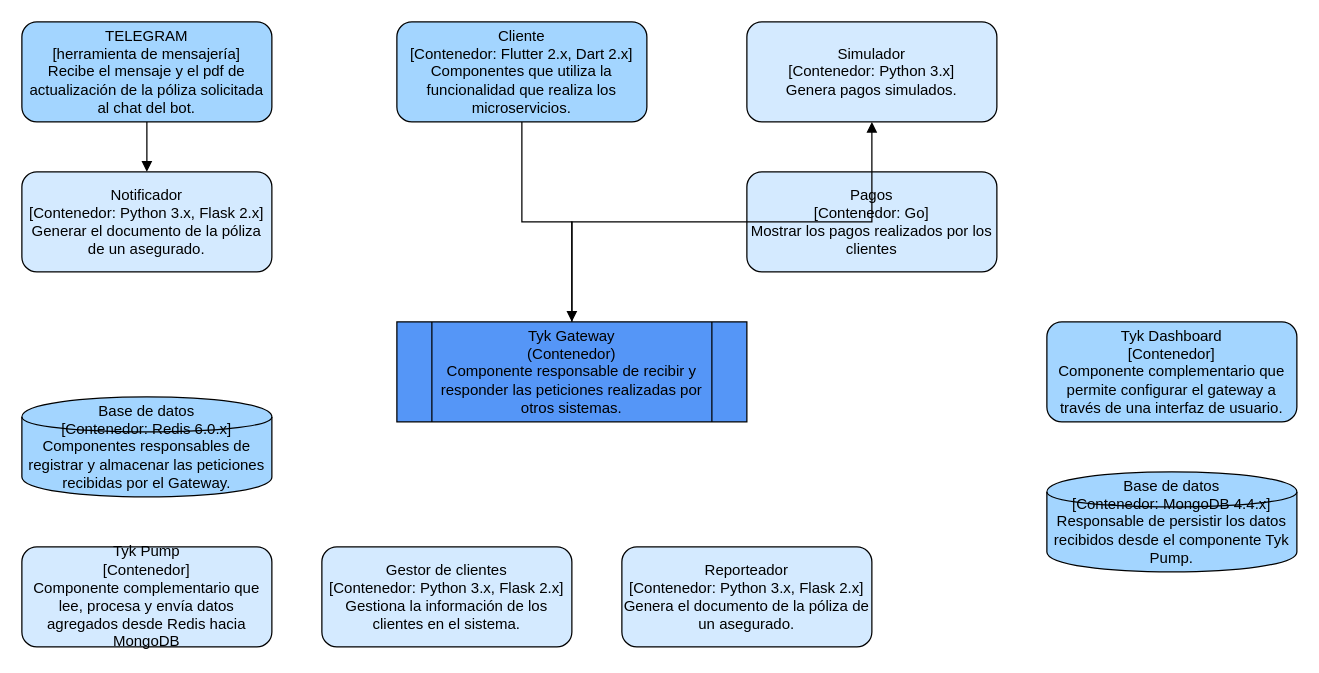
Above: docs/diagrama_microservicios.drawio in AngelJanvier01/docker-microservicios (draw.io), before the change. Source tidied: cells renumbered, new cells numbered last; positions are measured from the earlier drawing's top-left corner, leaving out a move shared by most shapes. Both pictures are drawn from the tidied source at 125%, with x=0, y=0 at pixel (21, 21).
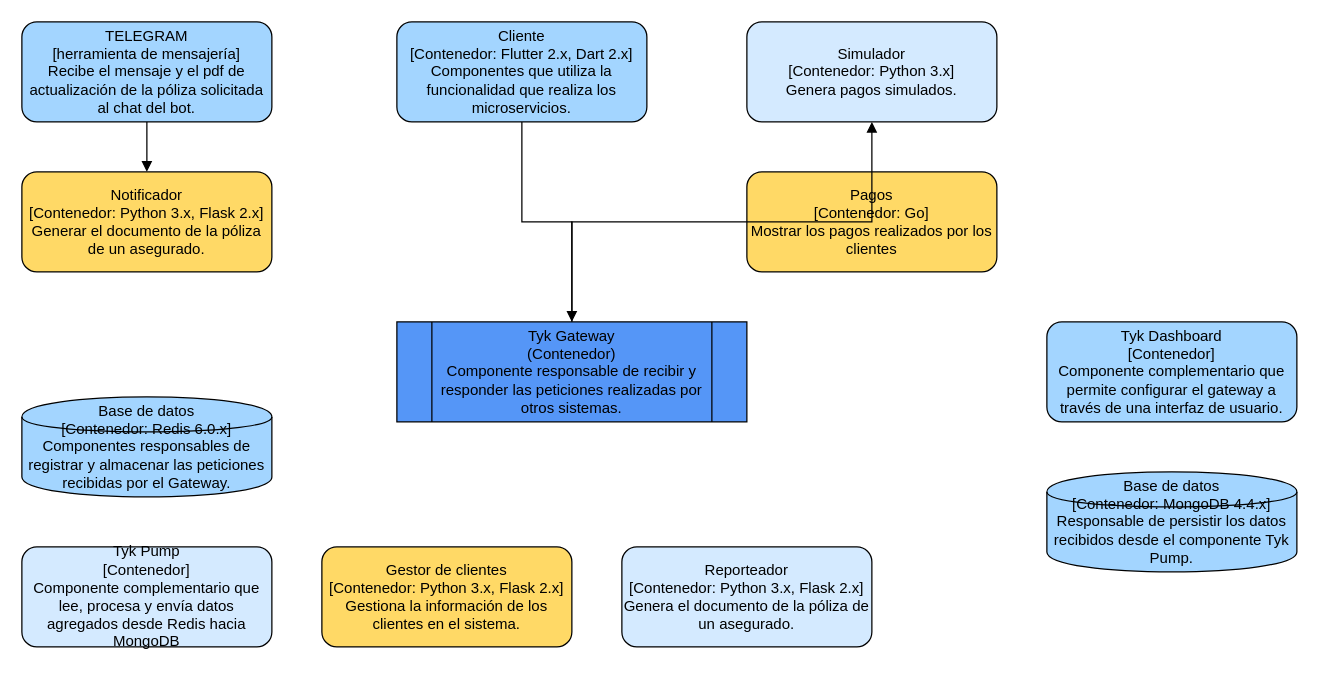
Above is the later version.

Change to the diagram source:
```diff
@@
 <mxGraphModel>
   <root>
     <mxCell id="0" />
     <mxCell id="1" parent="0" />
     <mxCell id="2" value="Tyk Gateway&#10;(Contenedor)&#10;Componente responsable de recibir y responder las peticiones realizadas por otros sistemas." style="shape=process;whiteSpace=wrap;html=1;fillColor=#5596f7;fontSize=12;" parent="1" vertex="1">
       <mxGeometry x="300" y="240" width="280" height="80" as="geometry" />
     </mxCell>
     <mxCell id="3" value="Cliente&#10;[Contenedor: Flutter 2.x, Dart 2.x]&#10;Componentes que utiliza la funcionalidad que realiza los microservicios." style="shape=rectangle;whiteSpace=wrap;html=1;rounded=1;fillColor=#a3d5ff;fontSize=12;" parent="1" vertex="1">
       <mxGeometry x="300" width="200" height="80" as="geometry" />
     </mxCell>
     <mxCell id="4" value="TELEGRAM&#10;[herramienta de mensajería]&#10;Recibe el mensaje y el pdf de actualización de la póliza solicitada al chat del bot." style="shape=rectangle;whiteSpace=wrap;html=1;rounded=1;fillColor=#a3d5ff;fontSize=12;" parent="1" vertex="1">
       <mxGeometry width="200" height="80" as="geometry" />
     </mxCell>
     <mxCell id="5" value="Simulador&#10;[Contenedor: Python 3.x]&#10;Genera pagos simulados." style="shape=rectangle;whiteSpace=wrap;html=1;rounded=1;fillColor=#d4eaff;fontSize=12;" parent="1" vertex="1">
       <mxGeometry x="580" width="200" height="80" as="geometry" />
     </mxCell>
-    <mxCell id="6" value="Notificador&#10;[Contenedor: Python 3.x, Flask 2.x]&#10;Generar el documento de la póliza de un asegurado." style="shape=rectangle;whiteSpace=wrap;html=1;rounded=1;fillColor=#d4eaff;fontSize=12;" parent="1" vertex="1">
+    <mxCell id="6" value="Notificador&#10;[Contenedor: Python 3.x, Flask 2.x]&#10;Generar el documento de la póliza de un asegurado." style="shape=rectangle;whiteSpace=wrap;html=1;rounded=1;fillColor=#ffd966;fontSize=12;" parent="1" vertex="1">
       <mxGeometry y="120" width="200" height="80" as="geometry" />
     </mxCell>
-    <mxCell id="7" value="Pagos&#10;[Contenedor: Go]&#10;Mostrar los pagos realizados por los clientes" style="shape=rectangle;whiteSpace=wrap;html=1;rounded=1;fillColor=#d4eaff;fontSize=12;" parent="1" vertex="1">
+    <mxCell id="7" value="Pagos&#10;[Contenedor: Go]&#10;Mostrar los pagos realizados por los clientes" style="shape=rectangle;whiteSpace=wrap;html=1;rounded=1;fillColor=#ffd966;fontSize=12;" parent="1" vertex="1">
       <mxGeometry x="580" y="120" width="200" height="80" as="geometry" />
     </mxCell>
     <mxCell id="8" value="Base de datos&#10;[Contenedor: Redis 6.0.x]&#10;Componentes responsables de registrar y almacenar las peticiones recibidas por el Gateway." style="shape=cylinder;whiteSpace=wrap;html=1;fillColor=#a3d5ff;fontSize=12;" parent="1" vertex="1">
       <mxGeometry y="300" width="200" height="80" as="geometry" />
     </mxCell>
     <mxCell id="9" value="Tyk Pump&#10;[Contenedor]&#10;Componente complementario que lee, procesa y envía datos agregados desde Redis hacia MongoDB" style="shape=rectangle;whiteSpace=wrap;html=1;rounded=1;fillColor=#d4eaff;fontSize=12;" parent="1" vertex="1">
       <mxGeometry y="420" width="200" height="80" as="geometry" />
     </mxCell>
-    <mxCell id="10" value="Gestor de clientes&#10;[Contenedor: Python 3.x, Flask 2.x]&#10;Gestiona la información de los clientes en el sistema." style="shape=rectangle;whiteSpace=wrap;html=1;rounded=1;fillColor=#d4eaff;fontSize=12;" parent="1" vertex="1">
+    <mxCell id="10" value="Gestor de clientes&#10;[Contenedor: Python 3.x, Flask 2.x]&#10;Gestiona la información de los clientes en el sistema." style="shape=rectangle;whiteSpace=wrap;html=1;rounded=1;fillColor=#ffd966;fontSize=12;" parent="1" vertex="1">
       <mxGeometry x="240" y="420" width="200" height="80" as="geometry" />
     </mxCell>
     <mxCell id="11" value="Reporteador&#10;[Contenedor: Python 3.x, Flask 2.x]&#10;Genera el documento de la póliza de un asegurado." style="shape=rectangle;whiteSpace=wrap;html=1;rounded=1;fillColor=#d4eaff;fontSize=12;" parent="1" vertex="1">
       <mxGeometry x="480" y="420" width="200" height="80" as="geometry" />
     </mxCell>
     <mxCell id="12" value="Tyk Dashboard&#10;[Contenedor]&#10;Componente complementario que permite configurar el gateway a través de una interfaz de usuario." style="shape=rectangle;whiteSpace=wrap;html=1;rounded=1;fillColor=#a3d5ff;fontSize=12;" parent="1" vertex="1">
       <mxGeometry x="820" y="240" width="200" height="80" as="geometry" />
     </mxCell>
     <mxCell id="13" value="Base de datos&#10;[Contenedor: MongoDB 4.4.x]&#10;Responsable de persistir los datos recibidos desde el componente Tyk Pump." style="shape=cylinder;whiteSpace=wrap;html=1;fillColor=#a3d5ff;fontSize=12;" parent="1" vertex="1">
       <mxGeometry x="820" y="360" width="200" height="80" as="geometry" />
     </mxCell>
     <mxCell id="14" style="edgeStyle=orthogonalEdgeStyle;rounded=0;html=1;endArrow=block;" parent="1" edge="1" source="3" target="2">
       <mxGeometry relative="1" as="geometry" />
     </mxCell>
     <mxCell id="15" style="edgeStyle=orthogonalEdgeStyle;rounded=0;html=1;endArrow=block;" parent="1" edge="1" source="4" target="6">
       <mxGeometry relative="1" as="geometry" />
     </mxCell>
     <mxCell id="16" style="edgeStyle=orthogonalEdgeStyle;rounded=0;html=1;endArrow=block;" parent="1" edge="1" source="2" target="5">
       <mxGeometry relative="1" as="geometry" />
     </mxCell>
   </root>
 </mxGraphModel>
```
